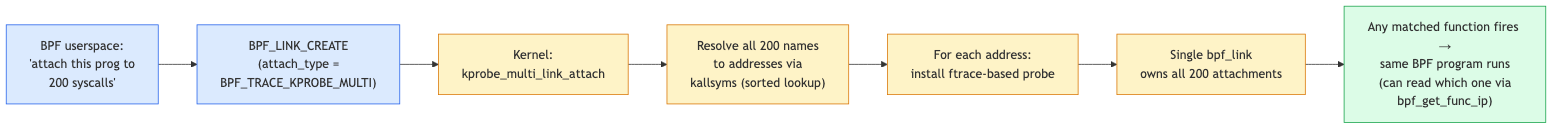
This is ebpf/src/diagrams/day11_multi_kprobe_flow.png from biefy/books, a Mermaid export, as it was before one commit. Its source is kept beside it as ebpf/src/diagrams/src/day11_multi_kprobe_flow.mmd.
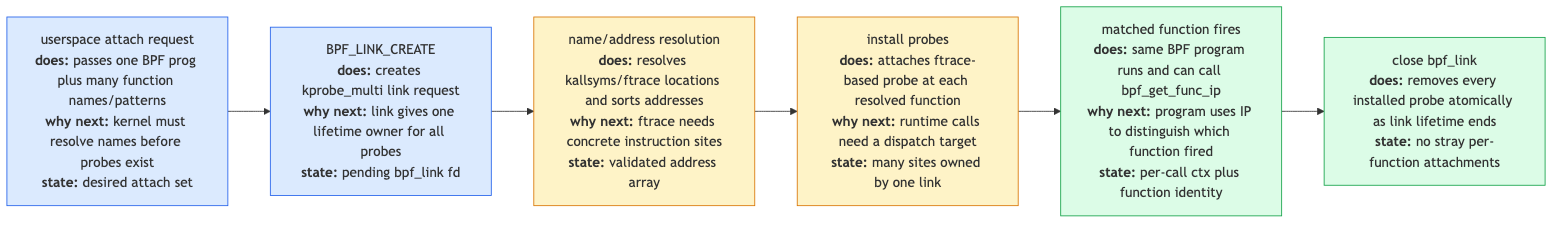
Later version of the same file.

Diff of the diagram source:
```diff
@@ -1,24 +1,16 @@
 flowchart LR
-    User["BPF userspace:<br/>'attach this prog to<br/>200 syscalls'"]
-    LinkCreate["BPF_LINK_CREATE<br/>(attach_type =<br/>BPF_TRACE_KPROBE_MULTI)"]
-    Kernel["Kernel:<br/>kprobe_multi_link_attach"]
+    User["userspace attach request<br/><b>does:</b> passes one BPF prog plus many function names/patterns<br/><b>why next:</b> kernel must resolve names before probes exist<br/><b>state:</b> desired attach set"]
+    LinkCreate["BPF_LINK_CREATE<br/><b>does:</b> creates kprobe_multi link request<br/><b>why next:</b> link gives one lifetime owner for all probes<br/><b>state:</b> pending bpf_link fd"]
+    Resolve["name/address resolution<br/><b>does:</b> resolves kallsyms/ftrace locations and sorts addresses<br/><b>why next:</b> ftrace needs concrete instruction sites<br/><b>state:</b> validated address array"]
+    Install["install probes<br/><b>does:</b> attaches ftrace-based probe at each resolved function<br/><b>why next:</b> runtime calls need a dispatch target<br/><b>state:</b> many sites owned by one link"]
+    Runtime["matched function fires<br/><b>does:</b> same BPF program runs and can call bpf_get_func_ip<br/><b>why next:</b> program uses IP to distinguish which function fired<br/><b>state:</b> per-call ctx plus function identity"]
+    Close["close bpf_link<br/><b>does:</b> removes every installed probe atomically as link lifetime ends<br/><b>state:</b> no stray per-function attachments"]
 
-    Resolve["Resolve all 200 names<br/>to addresses via<br/>kallsyms (sorted lookup)"]
-    Install["For each address:<br/>install ftrace-based probe"]
-    Single["Single bpf_link<br/>owns all 200 attachments"]
-
-    Tracepoint["Any matched function fires →<br/>same BPF program runs<br/>(can read which one via<br/>bpf_get_func_ip)"]
-
-    User --> LinkCreate
-    LinkCreate --> Kernel
-    Kernel --> Resolve
-    Resolve --> Install
-    Install --> Single
-    Single --> Tracepoint
+    User --> LinkCreate --> Resolve --> Install --> Runtime --> Close
 
     classDef us fill:#dbeafe,stroke:#2563eb
-    classDef sys fill:#fef3c7,stroke:#d97706
-    classDef rt fill:#dcfce7,stroke:#16a34a
+    classDef kern fill:#fef3c7,stroke:#d97706
+    classDef run fill:#dcfce7,stroke:#16a34a
     class User,LinkCreate us
-    class Kernel,Resolve,Install,Single sys
-    class Tracepoint rt
+    class Resolve,Install kern
+    class Runtime,Close run
```
